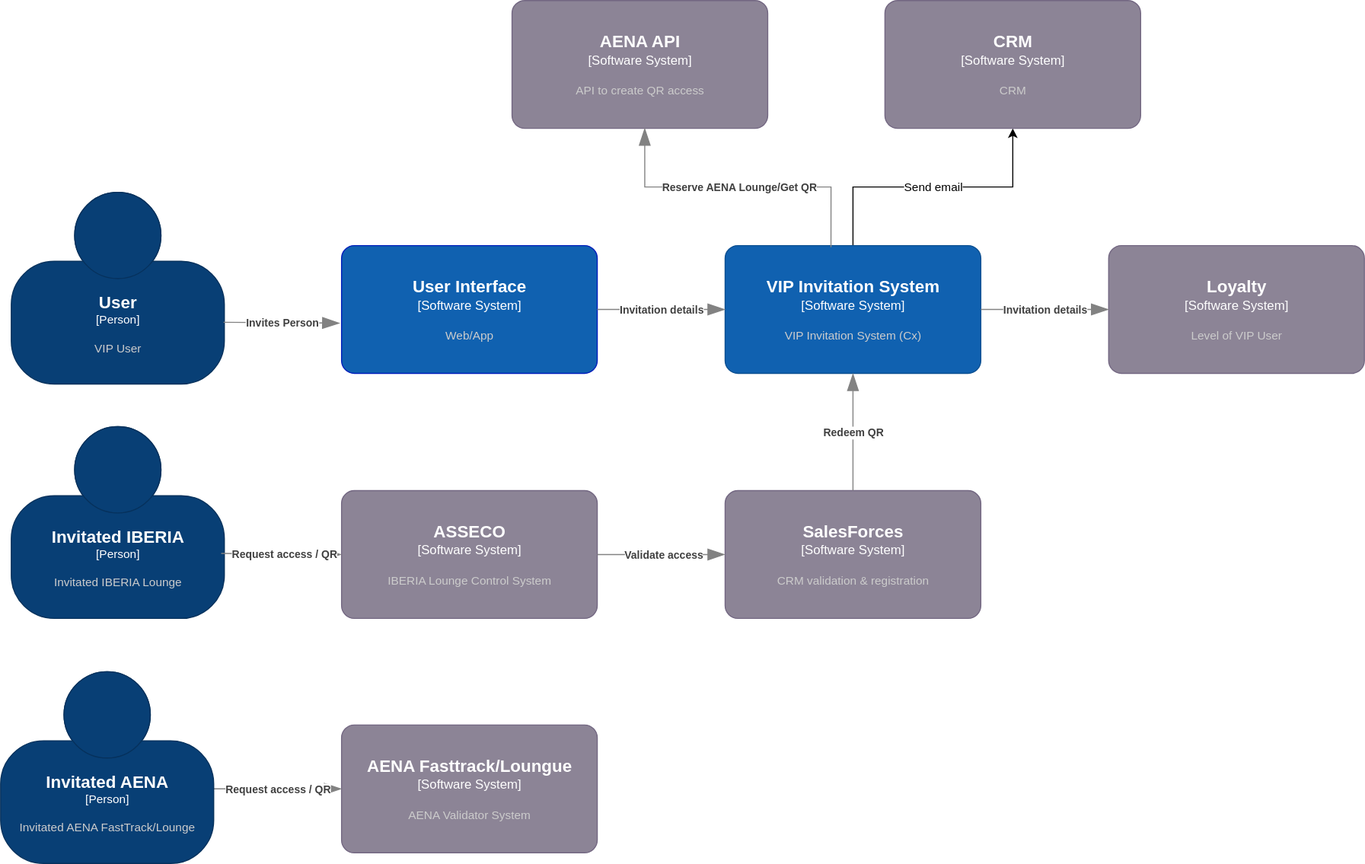
Above: docs/src/diagrams/Invitation-C4-L1-Detailed.svg in Iberia-Ent/customer--customer-experience--invitation-to-vip-lounges--design (draw.io), before the change. Source tidied: cells renumbered, new cells last; positions are measured from the earlier drawing's top-left corner, leaving out a move shared by most shapes.
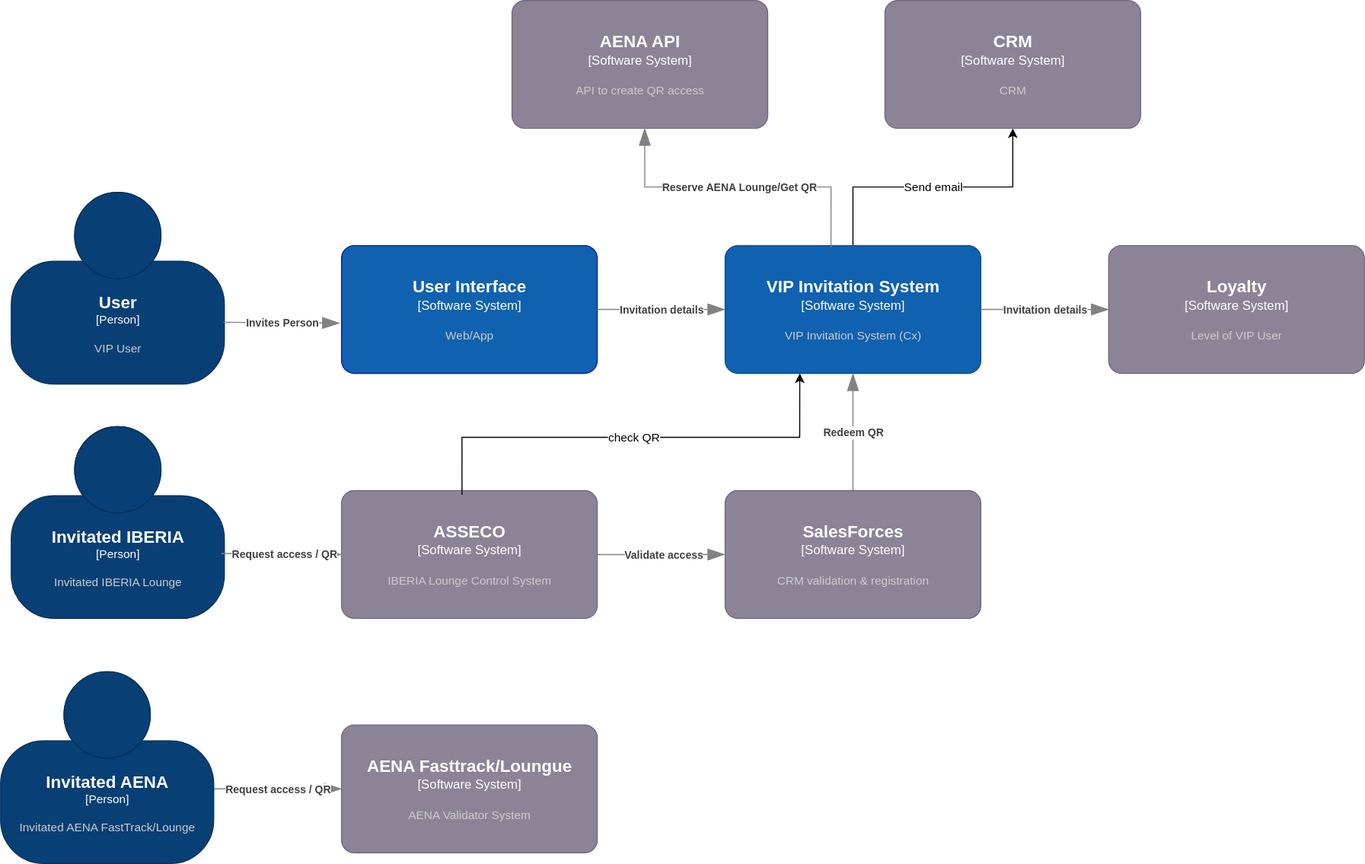
Above is the later version.

What changed in the source:
```diff
@@ -104,5 +104,13 @@
         <mxGeometry relative="1" as="geometry" />
       </mxCell>
     </object>
+    <mxCell id="22" value="check QR" style="endArrow=classic;html=1;rounded=0;entryX=0.292;entryY=1;entryDx=0;entryDy=0;entryPerimeter=0;exitX=0.471;exitY=0.033;exitDx=0;exitDy=0;exitPerimeter=0;" parent="1" edge="1" source="13" target="6">
+      <mxGeometry relative="1" as="geometry">
+        <Array as="points">
+          <mxPoint x="433" y="410" />
+          <mxPoint x="750" y="410" />
+        </Array>
+      </mxGeometry>
+    </mxCell>
   </root>
 </mxGraphModel>
```
